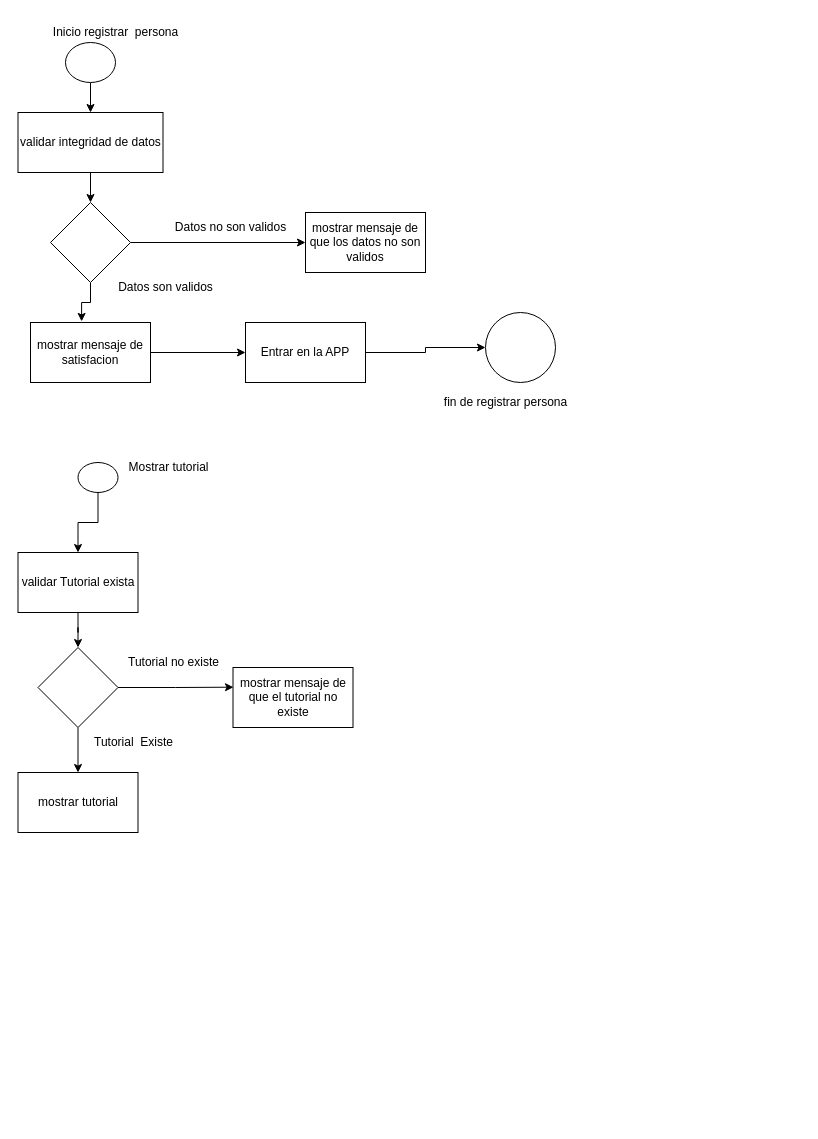
Earlier version of the draw.io diagram Diagrama  de secuencia.drawio (andrescastillo1996/documentacionMundoOrigami). Source tidied: cells renumbered, new cells numbered last; positions are measured from the earlier drawing's top-left corner, leaving out a move shared by most shapes. Both pictures are drawn from the tidied source at 100%, with x=0, y=0 at pixel (17, 17).
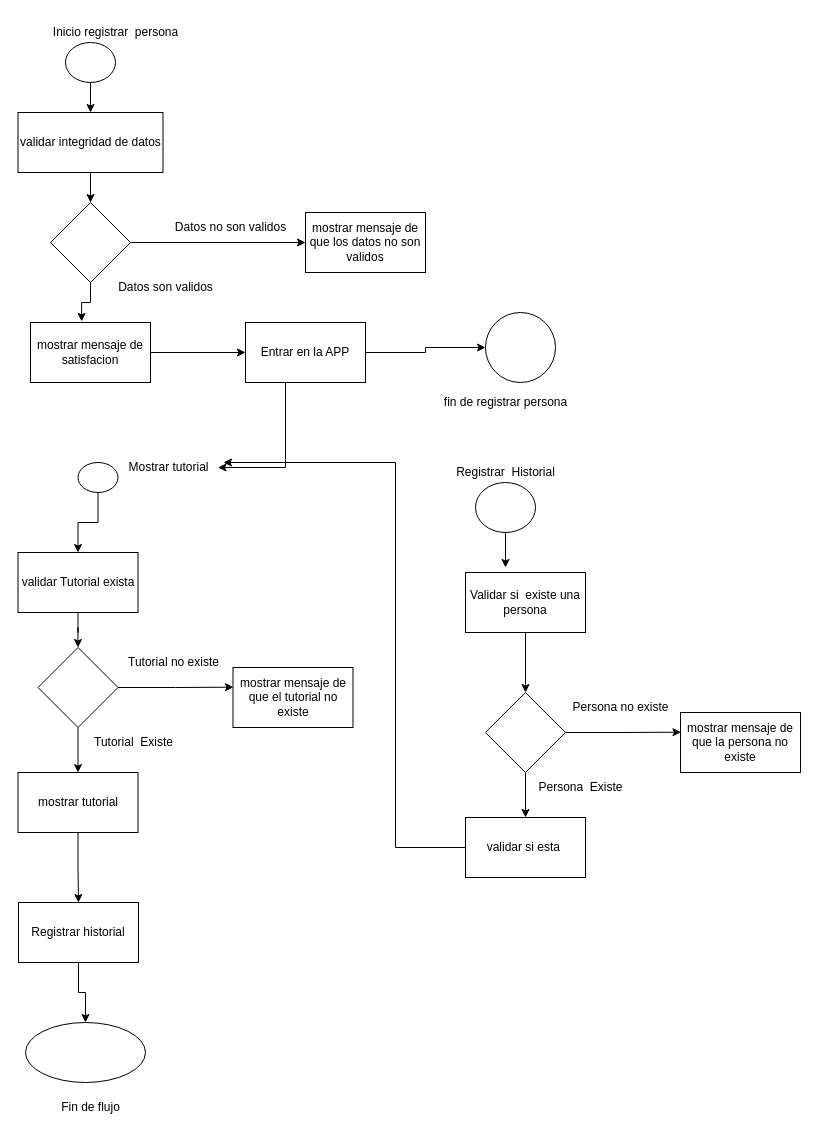
The same page after the edit.

Unchanged cells that the change refers to:
```xml
<mxCell id="13" value="mostrar tutorial" style="rounded=0;whiteSpace=wrap;html=1;" parent="1" vertex="1">
  <mxGeometry x="0.5" y="755" width="120" height="60" as="geometry" />
</mxCell>
<mxCell id="19" value="Mostrar tutorial" style="text;html=1;align=center;verticalAlign=middle;points=[];strokeColor=none;fillColor=none;" parent="1" vertex="1">
  <mxGeometry x="100.5" y="435" width="100" height="30" as="geometry" />
</mxCell>
<mxCell id="28" value="Entrar en la APP" style="whiteSpace=wrap;html=1;" parent="1" vertex="1">
  <mxGeometry x="228" y="305" width="120" height="60" as="geometry" />
</mxCell>
```

Change to the diagram source:
```diff
@@
+    <mxCell id="31" style="edgeStyle=orthogonalEdgeStyle;rounded=0;jettySize=auto;html=1;" parent="1" edge="1" source="13" target="47">
+      <mxGeometry relative="1" as="geometry" />
+    </mxCell>
@@
+    <mxCell id="32" style="edgeStyle=orthogonalEdgeStyle;rounded=0;jettySize=auto;html=1;" parent="1" edge="1" source="28" target="19">
+      <mxGeometry relative="1" as="geometry">
+        <Array as="points">
+          <mxPoint x="268" y="450" />
+        </Array>
+      </mxGeometry>
+    </mxCell>
@@
+    <mxCell id="33" style="edgeStyle=orthogonalEdgeStyle;rounded=0;jettySize=auto;html=1;exitX=0.5;exitY=1;exitDx=0;exitDy=0;" parent="1" edge="1" source="34">
+      <mxGeometry relative="1" as="geometry">
+        <mxPoint x="488" y="550" as="targetPoint" />
+      </mxGeometry>
+    </mxCell>
+    <mxCell id="34" style="ellipse;whiteSpace=wrap;html=1;" parent="1" vertex="1">
+      <mxGeometry x="458" y="465" width="60" height="50" as="geometry" />
+    </mxCell>
+    <mxCell id="35" value="Registrar&amp;nbsp; Historial" style="text;html=1;align=center;verticalAlign=middle;strokeColor=none;fillColor=none;" parent="1" vertex="1">
+      <mxGeometry x="428" y="440" width="120" height="30" as="geometry" />
+    </mxCell>
+    <mxCell id="36" style="edgeStyle=orthogonalEdgeStyle;rounded=0;jettySize=auto;html=1;" parent="1" edge="1" source="37" target="43">
+      <mxGeometry relative="1" as="geometry" />
+    </mxCell>
+    <mxCell id="37" value="Validar si&amp;nbsp; existe una persona" style="whiteSpace=wrap;html=1;" parent="1" vertex="1">
+      <mxGeometry x="448" y="555" width="120" height="60" as="geometry" />
+    </mxCell>
+    <mxCell id="38" style="edgeStyle=orthogonalEdgeStyle;rounded=0;jettySize=auto;html=1;entryX=1.055;entryY=0.333;entryDx=0;entryDy=0;entryPerimeter=0;" parent="1" edge="1" source="39" target="19">
+      <mxGeometry relative="1" as="geometry">
+        <Array as="points">
+          <mxPoint x="378" y="830" />
+          <mxPoint x="378" y="445" />
+        </Array>
+      </mxGeometry>
+    </mxCell>
+    <mxCell id="39" value="validar si esta&amp;nbsp;" style="rounded=0;whiteSpace=wrap;html=1;" parent="1" vertex="1">
+      <mxGeometry x="448" y="800" width="120" height="60" as="geometry" />
+    </mxCell>
+    <mxCell id="40" value="mostrar mensaje de que la persona no existe" style="rounded=0;whiteSpace=wrap;html=1;" parent="1" vertex="1">
+      <mxGeometry x="663" y="695" width="120" height="60" as="geometry" />
+    </mxCell>
+    <mxCell id="41" style="edgeStyle=orthogonalEdgeStyle;rounded=0;jettySize=auto;html=1;entryX=0.004;entryY=0.328;entryDx=0;entryDy=0;entryPerimeter=0;" parent="1" edge="1" source="43" target="40">
+      <mxGeometry relative="1" as="geometry" />
+    </mxCell>
+    <mxCell id="42" style="edgeStyle=orthogonalEdgeStyle;rounded=0;jettySize=auto;html=1;entryX=0.5;entryY=0;entryDx=0;entryDy=0;" parent="1" edge="1" source="43" target="39">
+      <mxGeometry relative="1" as="geometry" />
+    </mxCell>
+    <mxCell id="43" style="rhombus;whiteSpace=wrap;html=1;" parent="1" vertex="1">
+      <mxGeometry x="468" y="675" width="80" height="80" as="geometry" />
+    </mxCell>
+    <mxCell id="44" value="Persona no existe" style="text;html=1;align=center;verticalAlign=middle;strokeColor=none;fillColor=none;" parent="1" vertex="1">
+      <mxGeometry x="543" y="675" width="120" height="30" as="geometry" />
+    </mxCell>
+    <mxCell id="45" value="Persona&amp;nbsp; Existe" style="text;html=1;align=center;verticalAlign=middle;strokeColor=none;fillColor=none;" parent="1" vertex="1">
+      <mxGeometry x="508" y="755" width="110" height="30" as="geometry" />
+    </mxCell>
+    <mxCell id="46" style="edgeStyle=orthogonalEdgeStyle;rounded=0;jettySize=auto;html=1;" parent="1" edge="1" source="47" target="48">
+      <mxGeometry relative="1" as="geometry" />
+    </mxCell>
+    <mxCell id="47" value="Registrar historial" style="rounded=0;whiteSpace=wrap;html=1;" parent="1" vertex="1">
+      <mxGeometry x="1" y="885" width="120" height="60" as="geometry" />
+    </mxCell>
+    <mxCell id="48" style="ellipse;whiteSpace=wrap;html=1;rounded=0;" parent="1" vertex="1">
+      <mxGeometry x="8" y="1005" width="120" height="60" as="geometry" />
+    </mxCell>
+    <mxCell id="49" value="Fin de flujo" style="text;html=1;align=center;verticalAlign=middle;strokeColor=none;fillColor=none;" parent="1" vertex="1">
+      <mxGeometry x="33" y="1075" width="80" height="30" as="geometry" />
+    </mxCell>
```
